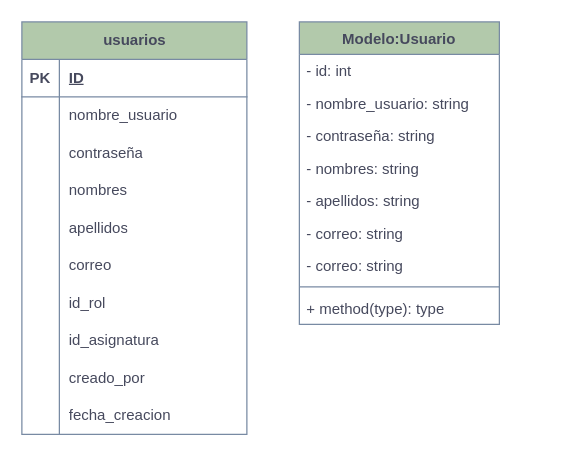
JesusBriones2/prueba keeps this draw.io diagram as page "Diagrama de clases" (3 of 4) of Diagrama sin título.drawio. Above is the earlier version. Source tidied: cells renumbered, new cells numbered last; positions are measured from the earlier drawing's top-left corner, leaving out a move shared by most shapes. Both pictures are drawn from the tidied source at 125%, with x=0, y=0 at pixel (21, 21).
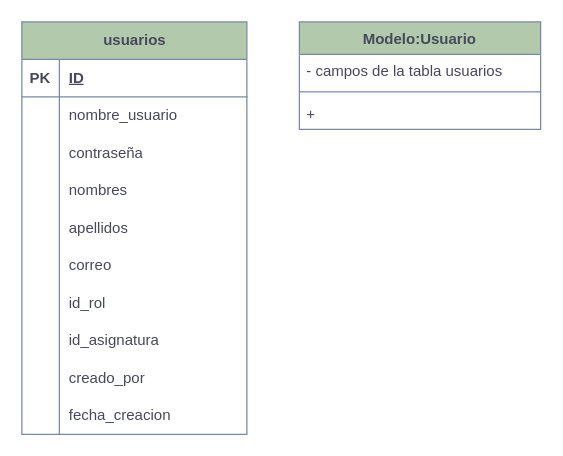
After the change.

Diff of the diagram source:
```diff
@@
     <mxCell id="2" value="Modelo:Usuario" style="swimlane;fontStyle=1;align=center;verticalAlign=top;horizontal=1;startSize=26;whiteSpace=wrap;html=1;strokeColor=#788AA3;fontColor=#46495D;fillColor=#B2C9AB;" parent="1" vertex="1">
-      <mxGeometry x="222" width="160" height="242" as="geometry" />
+      <mxGeometry x="222" width="193" height="86" as="geometry" />
     </mxCell>
-    <mxCell id="3" value="- id: int" style="text;strokeColor=none;fillColor=none;align=left;verticalAlign=top;spacingLeft=4;spacingRight=4;overflow=hidden;whiteSpace=wrap;html=1;fontColor=#46495D;" parent="2" vertex="1">
-      <mxGeometry y="26" width="160" height="26" as="geometry" />
-    </mxCell>
-    <mxCell id="4" value="- nombre_usuario: string" style="text;strokeColor=none;fillColor=none;align=left;verticalAlign=top;spacingLeft=4;spacingRight=4;overflow=hidden;whiteSpace=wrap;html=1;fontColor=#46495D;" parent="2" vertex="1">
-      <mxGeometry y="52" width="160" height="26" as="geometry" />
-    </mxCell>
-    <mxCell id="5" value="- contraseña: string" style="text;strokeColor=none;fillColor=none;align=left;verticalAlign=top;spacingLeft=4;spacingRight=4;overflow=hidden;whiteSpace=wrap;html=1;fontColor=#46495D;" parent="2" vertex="1">
-      <mxGeometry y="78" width="160" height="26" as="geometry" />
-    </mxCell>
-    <mxCell id="6" value="- nombres: string" style="text;strokeColor=none;fillColor=none;align=left;verticalAlign=top;spacingLeft=4;spacingRight=4;overflow=hidden;whiteSpace=wrap;html=1;fontColor=#46495D;" parent="2" vertex="1">
-      <mxGeometry y="104" width="160" height="26" as="geometry" />
-    </mxCell>
-    <mxCell id="7" value="- apellidos: string" style="text;strokeColor=none;fillColor=none;align=left;verticalAlign=top;spacingLeft=4;spacingRight=4;overflow=hidden;whiteSpace=wrap;html=1;fontColor=#46495D;" parent="2" vertex="1">
-      <mxGeometry y="130" width="160" height="26" as="geometry" />
-    </mxCell>
-    <mxCell id="8" value="- correo: string" style="text;strokeColor=none;fillColor=none;align=left;verticalAlign=top;spacingLeft=4;spacingRight=4;overflow=hidden;whiteSpace=wrap;html=1;fontColor=#46495D;" parent="2" vertex="1">
-      <mxGeometry y="156" width="160" height="26" as="geometry" />
-    </mxCell>
-    <mxCell id="9" value="- correo: string" style="text;strokeColor=none;fillColor=none;align=left;verticalAlign=top;spacingLeft=4;spacingRight=4;overflow=hidden;whiteSpace=wrap;html=1;fontColor=#46495D;" parent="2" vertex="1">
-      <mxGeometry y="182" width="160" height="26" as="geometry" />
+    <mxCell id="9" value="- campos de la tabla usuarios" style="text;strokeColor=none;fillColor=none;align=left;verticalAlign=top;spacingLeft=4;spacingRight=4;overflow=hidden;whiteSpace=wrap;html=1;fontColor=#46495D;" parent="2" vertex="1">
+      <mxGeometry y="26" width="193" height="26" as="geometry" />
     </mxCell>
     <mxCell id="10" style="line;strokeWidth=1;fillColor=none;align=left;verticalAlign=middle;spacingTop=-1;spacingLeft=3;spacingRight=3;labelPosition=right;strokeColor=inherit;fontColor=#46495D;" parent="2" vertex="1">
-      <mxGeometry y="208" width="160" height="8" as="geometry" />
+      <mxGeometry y="52" width="193" height="8" as="geometry" />
     </mxCell>
-    <mxCell id="11" value="+ method(type): type" style="text;strokeColor=none;fillColor=none;align=left;verticalAlign=top;spacingLeft=4;spacingRight=4;overflow=hidden;whiteSpace=wrap;html=1;fontColor=#46495D;" parent="2" vertex="1">
-      <mxGeometry y="216" width="160" height="26" as="geometry" />
+    <mxCell id="11" value="+&amp;nbsp;" style="text;strokeColor=none;fillColor=none;align=left;verticalAlign=top;spacingLeft=4;spacingRight=4;overflow=hidden;whiteSpace=wrap;html=1;fontColor=#46495D;" parent="2" vertex="1">
+      <mxGeometry y="60" width="193" height="26" as="geometry" />
     </mxCell>
```
